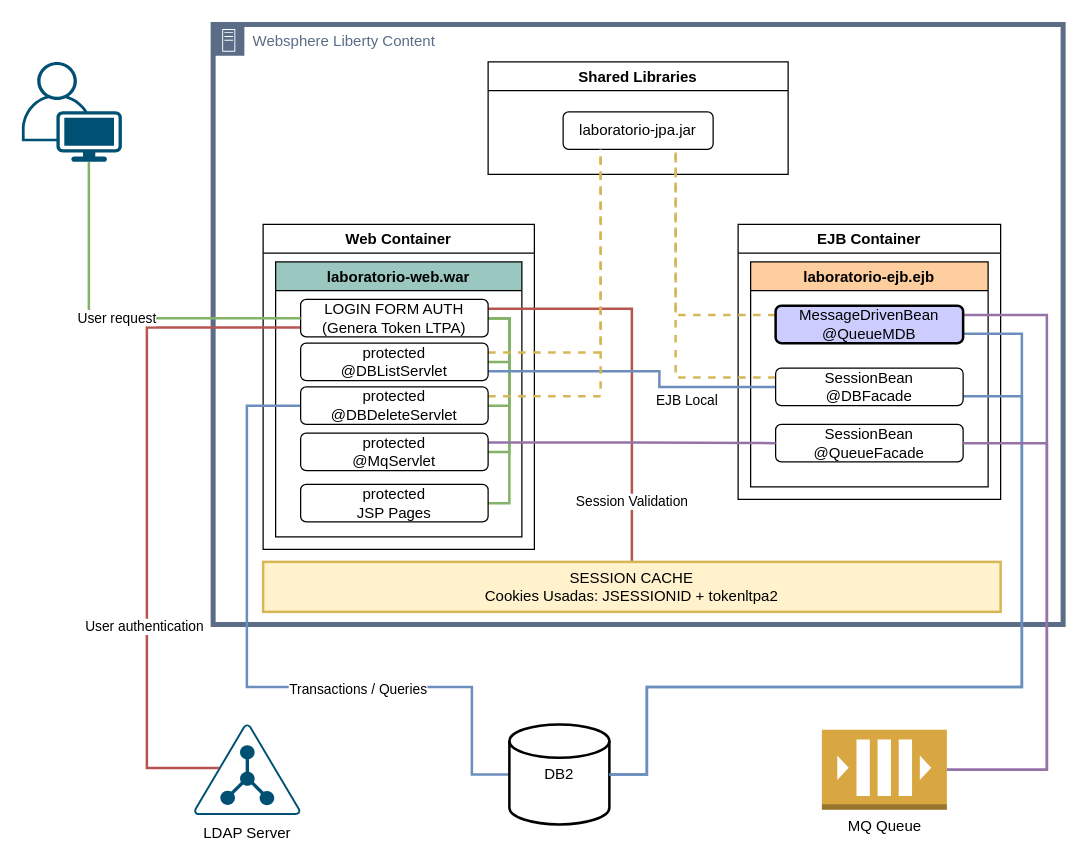
jdelgado18/laboratorio keeps this draw.io diagram as page "Page-2" (2 of 3) of lab-server-image/Untitled Diagram.drawio. Above is the earlier version. Source tidied: cells renumbered, new cells numbered last; positions are measured from the earlier drawing's top-left corner, leaving out a move shared by most shapes. Both pictures are drawn from the tidied source at 125%, with x=0, y=0 at pixel (21, 24).
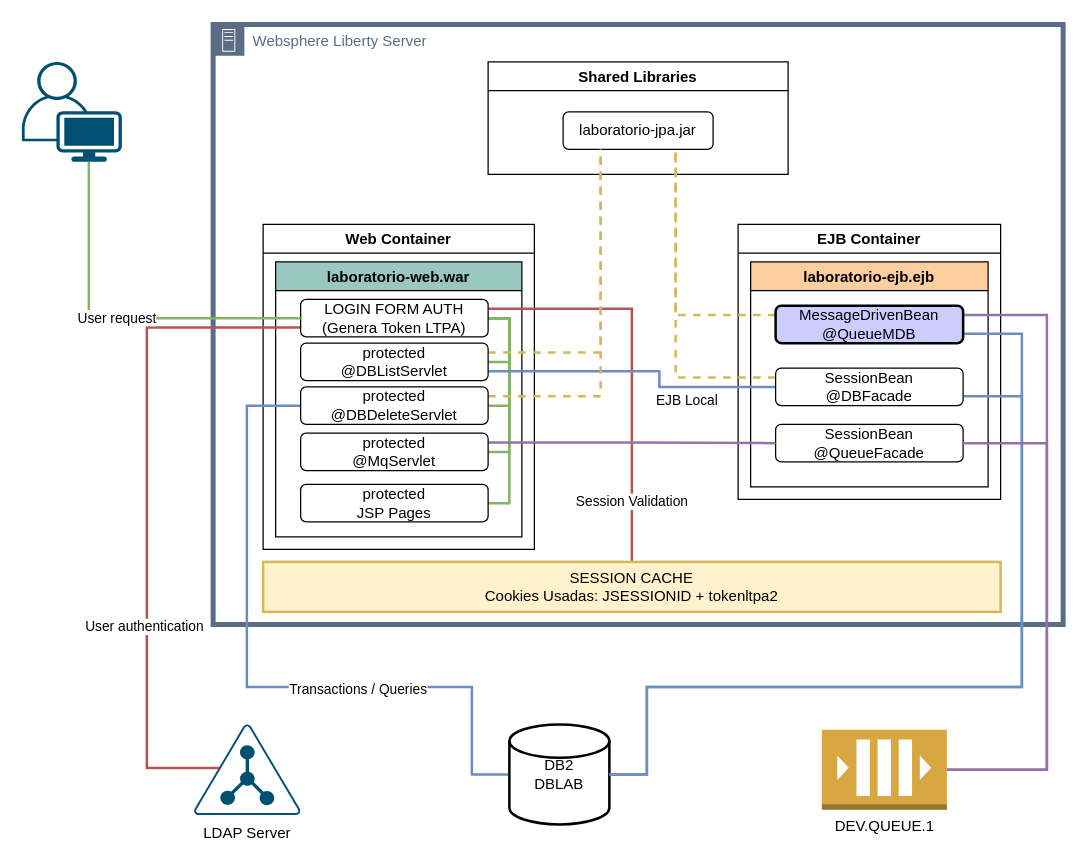
The same diagram, later.

What changed in the source:
```diff
@@
-    <mxCell id="2" value="Websphere Liberty Content" style="gradientColor=none;html=1;whiteSpace=wrap;fontSize=12;fontStyle=0;shape=mxgraph.aws4.group;grIcon=mxgraph.aws4.group_on_premise;strokeColor=#5A6C86;fillColor=default;verticalAlign=top;align=left;spacingLeft=30;fontColor=#5A6C86;dashed=0;strokeWidth=4;" parent="1" vertex="1">
+    <mxCell id="2" value="Websphere Liberty Server" style="gradientColor=none;html=1;whiteSpace=wrap;fontSize=12;fontStyle=0;shape=mxgraph.aws4.group;grIcon=mxgraph.aws4.group_on_premise;strokeColor=#5A6C86;fillColor=default;verticalAlign=top;align=left;spacingLeft=30;fontColor=#5A6C86;dashed=0;strokeWidth=4;" parent="1" vertex="1">
       <mxGeometry x="153" width="680" height="480" as="geometry" />
     </mxCell>
@@
-    <mxCell id="33" value="DB2" style="strokeWidth=2;html=1;shape=mxgraph.flowchart.database;whiteSpace=wrap;" parent="1" vertex="1">
+    <mxCell id="33" value="DB2&lt;br&gt;DBLAB" style="strokeWidth=2;html=1;shape=mxgraph.flowchart.database;whiteSpace=wrap;" parent="1" vertex="1">
       <mxGeometry x="390" y="560" width="80" height="80" as="geometry" />
     </mxCell>
@@
-    <mxCell id="42" value="MQ Queue" style="outlineConnect=0;dashed=0;verticalLabelPosition=bottom;verticalAlign=top;align=center;html=1;shape=mxgraph.aws3.queue;fillColor=#D9A741;gradientColor=none;" parent="1" vertex="1">
+    <mxCell id="42" value="DEV.QUEUE.1" style="outlineConnect=0;dashed=0;verticalLabelPosition=bottom;verticalAlign=top;align=center;html=1;shape=mxgraph.aws3.queue;fillColor=#D9A741;gradientColor=none;" parent="1" vertex="1">
       <mxGeometry x="640" y="564.2" width="100" height="64" as="geometry" />
     </mxCell>
```
